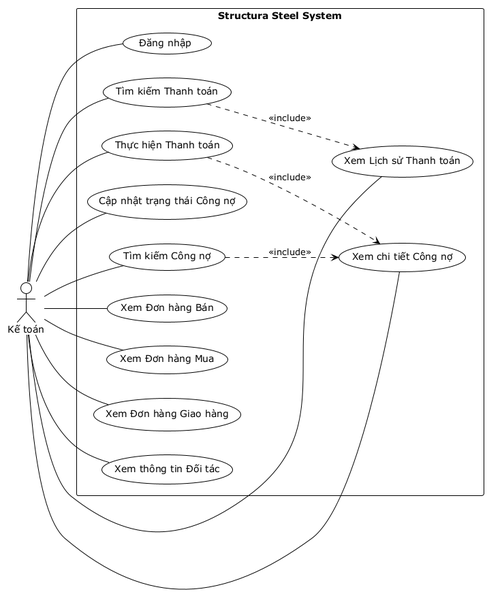
Before: out/Chapter 5/Usecase/Usscase_Accountant/Usecase_Accountant.png, a diagram exported from PlantUML (AndrewNguyen-05/structura-uml).
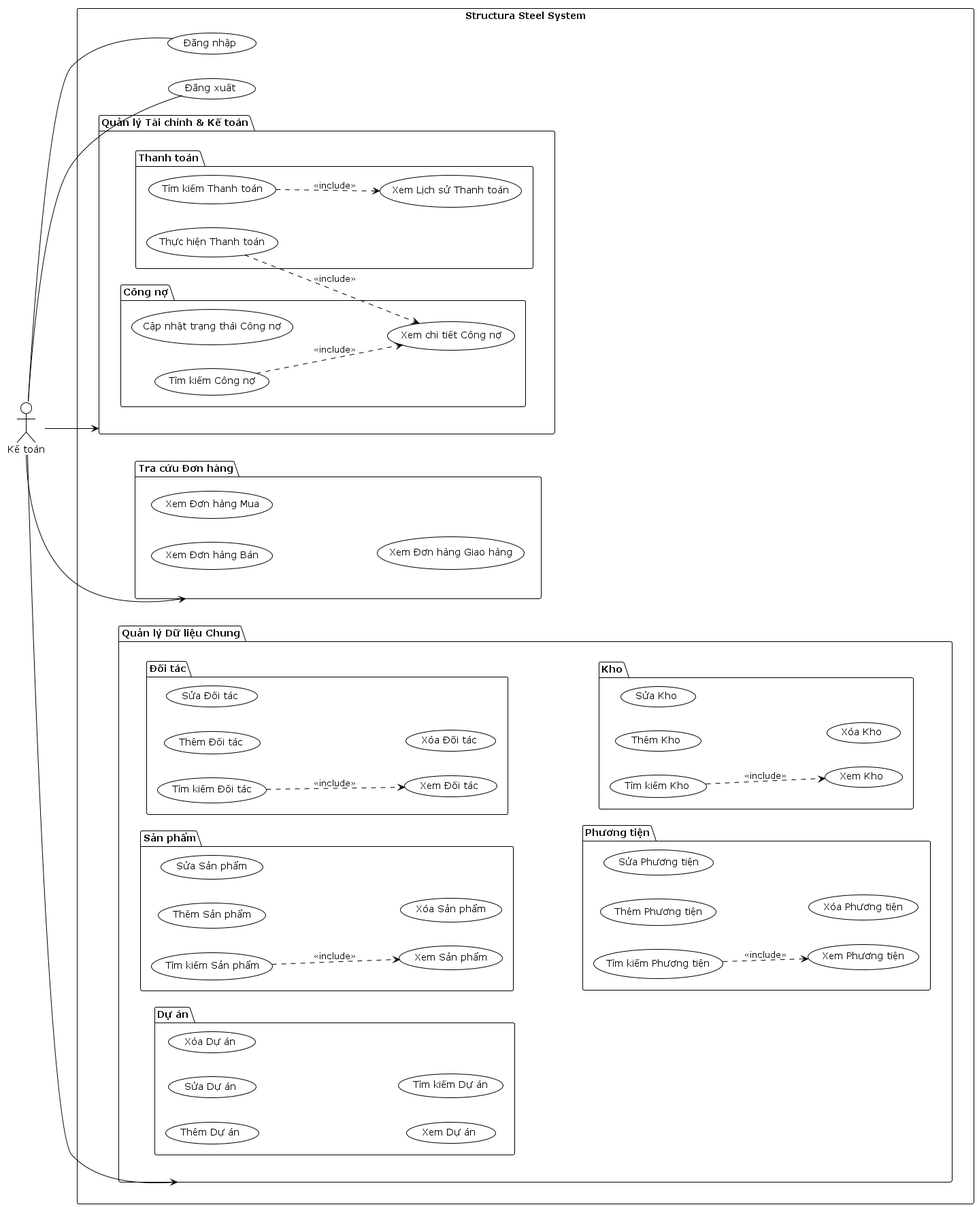
After the change.

The edit, as a diff of the source:
```diff
@@ -6,38 +6,78 @@
 
 rectangle "Structura Steel System" {
     usecase "Đăng nhập" as UC_Login
+    usecase "Đăng xuất" as UC_Logout
 
-    usecase "Thực hiện Thanh toán" as UC_MakePayment
-    usecase "Xem Lịch sử Thanh toán" as UC_ViewPayments
-    usecase "Tìm kiếm Thanh toán" as UC_SearchPayments
+    package "Quản lý Tài chính & Kế toán" {
+        package "Thanh toán" {
+            usecase "Thực hiện Thanh toán" as UC_MakePayment
+            usecase "Xem Lịch sử Thanh toán" as UC_ViewPayments
+            usecase "Tìm kiếm Thanh toán" as UC_SearchPayments
+        }
+        package "Công nợ" {
+            usecase "Xem chi tiết Công nợ" as UC_ViewDebt
+            usecase "Cập nhật trạng thái Công nợ" as UC_UpdateDebtStatus
+            usecase "Tìm kiếm Công nợ" as UC_SearchDebt
+        }
+    }
 
-    usecase "Xem chi tiết Công nợ" as UC_ViewDebt
-    usecase "Cập nhật trạng thái Công nợ" as UC_UpdateDebtStatus
-    usecase "Tìm kiếm Công nợ" as UC_SearchDebt
+    package "Tra cứu Đơn hàng" {
+        usecase "Xem Đơn hàng Bán" as UC_ViewSale
+        usecase "Xem Đơn hàng Mua" as UC_ViewPurchase
+        usecase "Xem Đơn hàng Giao hàng" as UC_ViewDelivery
+    }
 
-    usecase "Xem Đơn hàng Bán" as UC_ViewSale
-    usecase "Xem Đơn hàng Mua" as UC_ViewPurchase
-    usecase "Xem Đơn hàng Giao hàng" as UC_ViewDelivery
-
-    usecase "Xem thông tin Đối tác" as UC_ViewPartner
+    package "Quản lý Dữ liệu Chung" {
+        package "Đối tác" {
+            usecase "Thêm Đối tác" as UC_AddPartner
+            usecase "Sửa Đối tác" as UC_EditPartner
+            usecase "Xóa Đối tác" as UC_DeletePartner
+            usecase "Xem Đối tác" as UC_ViewPartner
+            usecase "Tìm kiếm Đối tác" as UC_SearchPartner
+        }
+        package "Sản phẩm" {
+            usecase "Thêm Sản phẩm" as UC_AddProduct
+            usecase "Sửa Sản phẩm" as UC_EditProduct
+            usecase "Xóa Sản phẩm" as UC_DeleteProduct
+            usecase "Xem Sản phẩm" as UC_ViewProduct
+            usecase "Tìm kiếm Sản phẩm" as UC_SearchProduct
+        }
+        package "Dự án" {
+            usecase "Thêm Dự án" as UC_AddProject
+            usecase "Sửa Dự án" as UC_EditProject
+            usecase "Xóa Dự án" as UC_DeleteProject
+            usecase "Xem Dự án" as UC_ViewProject
+            usecase "Tìm kiếm Dự án" as UC_SearchProject
+        }
+        package "Kho" {
+            usecase "Thêm Kho" as UC_AddWarehouse
+            usecase "Sửa Kho" as UC_EditWarehouse
+            usecase "Xóa Kho" as UC_DeleteWarehouse
+            usecase "Xem Kho" as UC_ViewWarehouse
+            usecase "Tìm kiếm Kho" as UC_SearchWarehouse
+        }
+        package "Phương tiện" {
+            usecase "Thêm Phương tiện" as UC_AddVehicle
+            usecase "Sửa Phương tiện" as UC_EditVehicle
+            usecase "Xóa Phương tiện" as UC_DeleteVehicle
+            usecase "Xem Phương tiện" as UC_ViewVehicle
+            usecase "Tìm kiếm Phương tiện" as UC_SearchVehicle
+        }
+    }
 }
 
+Accountant --> (Quản lý Tài chính & Kế toán)
+Accountant --> (Tra cứu Đơn hàng)
+Accountant --> (Quản lý Dữ liệu Chung)
 Accountant -- UC_Login
-Accountant -- UC_MakePayment
-Accountant -- UC_ViewPayments
-Accountant -- UC_SearchPayments
+Accountant -- UC_Logout
 
-Accountant -- UC_ViewDebt
-Accountant -- UC_UpdateDebtStatus
-Accountant -- UC_SearchDebt
-
-Accountant -- UC_ViewSale
-Accountant -- UC_ViewPurchase
-Accountant -- UC_ViewDelivery
-
-Accountant -- UC_ViewPartner
 
 UC_MakePayment ..> UC_ViewDebt : <<include>>
 UC_SearchPayments ..> UC_ViewPayments : <<include>>
 UC_SearchDebt ..> UC_ViewDebt : <<include>>
+UC_SearchPartner ..> UC_ViewPartner : <<include>>
+UC_SearchProduct ..> UC_ViewProduct : <<include>>
+UC_SearchWarehouse ..> UC_ViewWarehouse : <<include>>
+UC_SearchVehicle ..> UC_ViewVehicle : <<include>>
 @enduml
```
